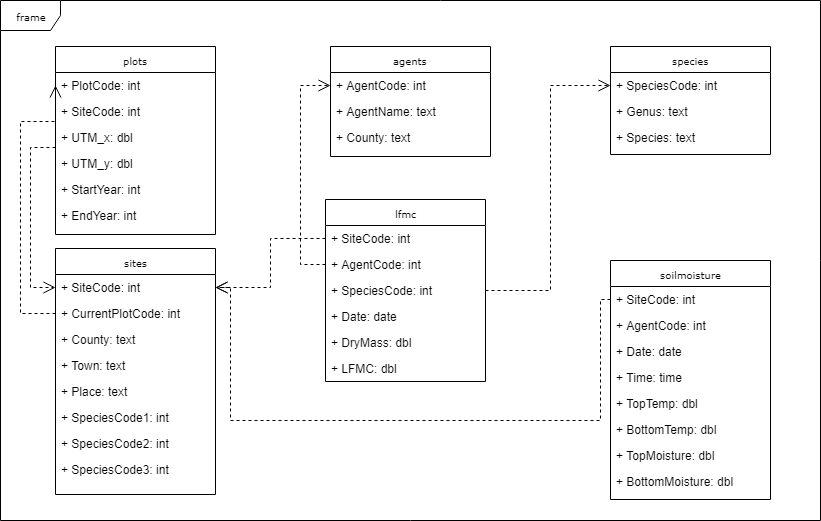
spif-ctfc/LFMC keeps this draw.io diagram as LFMC.png. Above is the earlier version. Source tidied: cells renumbered, new cells last; positions are measured from the earlier drawing's top-left corner, leaving out a move shared by most shapes.
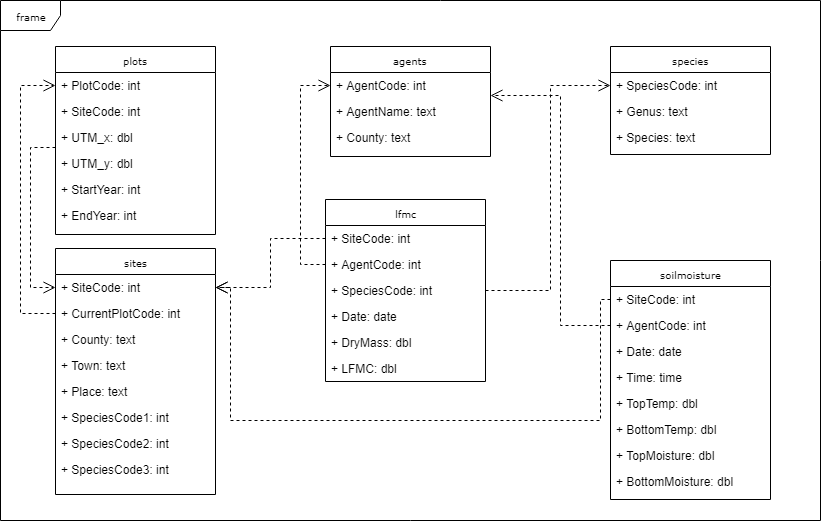
After the commit.

Commit message:
LFMC diagram

The edit, as a diff of the source:
```diff
@@ -110,7 +110,7 @@
       <mxGeometry relative="1" as="geometry">
         <Array as="points">
           <mxPoint x="20" y="313" />
-          <mxPoint x="20" y="121" />
+          <mxPoint x="20" y="85" />
         </Array>
       </mxGeometry>
     </mxCell>
@@ -170,5 +170,13 @@
         </Array>
       </mxGeometry>
     </mxCell>
+    <mxCell id="49" style="edgeStyle=orthogonalEdgeStyle;rounded=0;html=1;dashed=1;labelBackgroundColor=none;startFill=0;endArrow=open;endFill=0;endSize=10;fontFamily=Verdana;fontSize=10;exitX=0;exitY=0.5;exitDx=0;exitDy=0;" parent="1" edge="1" source="41" target="12">
+      <mxGeometry relative="1" as="geometry">
+        <Array as="points">
+          <mxPoint x="560" y="325" />
+          <mxPoint x="560" y="95" />
+        </Array>
+      </mxGeometry>
+    </mxCell>
   </root>
 </mxGraphModel>
```
